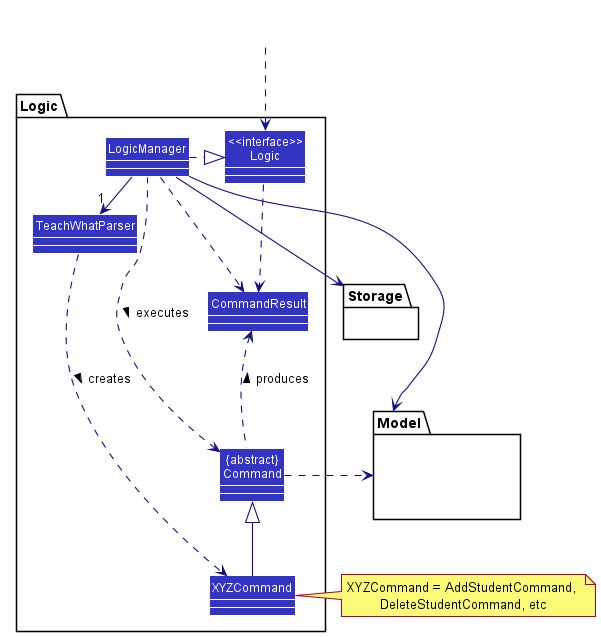
The PlantUML diagram docs/images/LogicClassDiagram.png in nus-cs2103-AY2122S2/tp, before a commit.
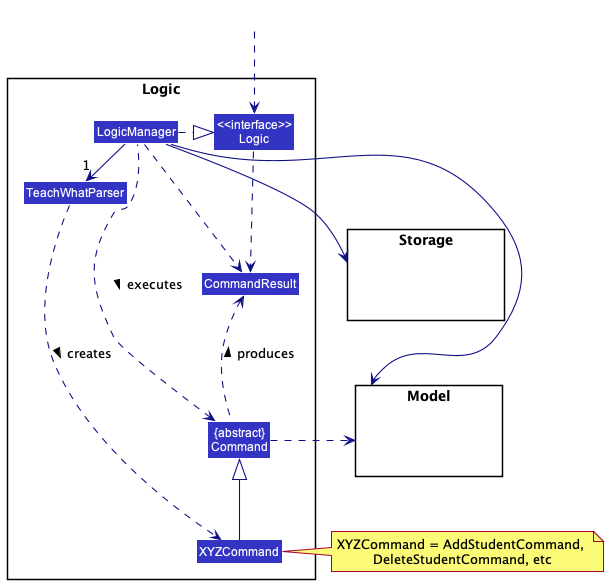
Above is the later version.

Commit message:
Update LogicClassDiagram in User Guide

The edit, as a diff of the source:
```diff
@@ -1,26 +1,26 @@
 @startuml
 !include style.puml
+hide members
 skinparam arrowThickness 1.1
 skinparam arrowColor LOGIC_COLOR_T4
 skinparam classBackgroundColor LOGIC_COLOR
 
-package Logic {
+package Logic <<Rectangle>> {
+    Class TeachWhatParser
+    Class XYZCommand
+    Class CommandResult
+    Class "{abstract}\nCommand" as Command
 
-Class TeachWhatParser
-Class XYZCommand
-Class CommandResult
-Class "{abstract}\nCommand" as Command
-
-
-Class "<<interface>>\nLogic" as Logic
-Class LogicManager
+    Class "<<interface>>\nLogic" as Logic
+    Class LogicManager
 }
 
-package Model{
-Class HiddenModel #FFFFFF
+package Model <<Rectangle>> {
+    Class HiddenModel #FFFFFF
 }
 
-package Storage{
+package Storage <<Rectangle>> {
+    Class HiddenStorage #FFFFFF
 }
 
 Class HiddenOutside #FFFFFF
```
